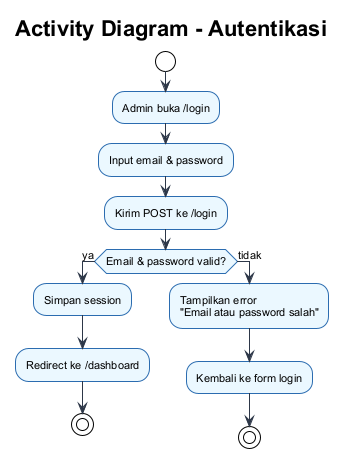
riandafatur28/sidigas-gaji-sopir-truck keeps this PlantUML diagram as docs/activity-diagram-autentikasi.png. Above is the earlier version. The source it was exported from:
```plantuml
@startuml
!theme plain
skinparam backgroundColor #ffffff
skinparam defaultFontSize 11
skinparam defaultFontName Arial
skinparam activityBorderColor #2b6cb0
skinparam activityBackgroundColor #ebf8ff
skinparam arrowColor #2d3748

title **Activity Diagram - Autentikasi**

start
:Admin buka /login;
:Input email & password;
:Kirim POST ke /login;

if (Email & password valid?) then (ya)
  :Simpan session;
  :Redirect ke /dashboard;
  stop
else (tidak)
  :Tampilkan error\n"Email atau password salah";
  :Kembali ke form login;
  stop
endif


@enduml
```
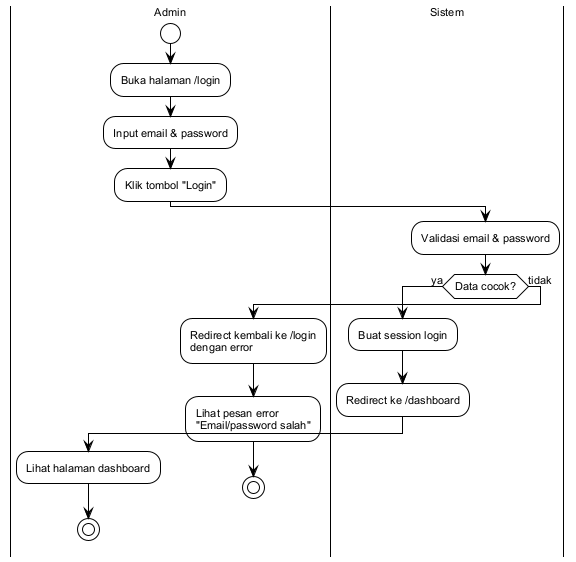
Later version of the same file.

The edit, as a diff of the source:
```diff
@@ -3,26 +3,26 @@
 skinparam backgroundColor #ffffff
 skinparam defaultFontSize 11
 skinparam defaultFontName Arial
-skinparam activityBorderColor #2b6cb0
-skinparam activityBackgroundColor #ebf8ff
-skinparam arrowColor #2d3748
 
-title **Activity Diagram - Autentikasi**
+|Admin|
+start
+:Buka halaman /login;
+:Input email & password;
+:Klik tombol "Login";
 
-start
-:Admin buka /login;
-:Input email & password;
-:Kirim POST ke /login;
-
-if (Email & password valid?) then (ya)
-  :Simpan session;
+|Sistem|
+:Validasi email & password;
+if (Data cocok?) then (ya)
+  :Buat session login;
   :Redirect ke /dashboard;
+  |Admin|
+  :Lihat halaman dashboard;
   stop
 else (tidak)
-  :Tampilkan error\n"Email atau password salah";
-  :Kembali ke form login;
+  :Redirect kembali ke /login\ndengan error;
+  |Admin|
+  :Lihat pesan error\n"Email/password salah";
   stop
 endif
 
-
 @enduml
```
